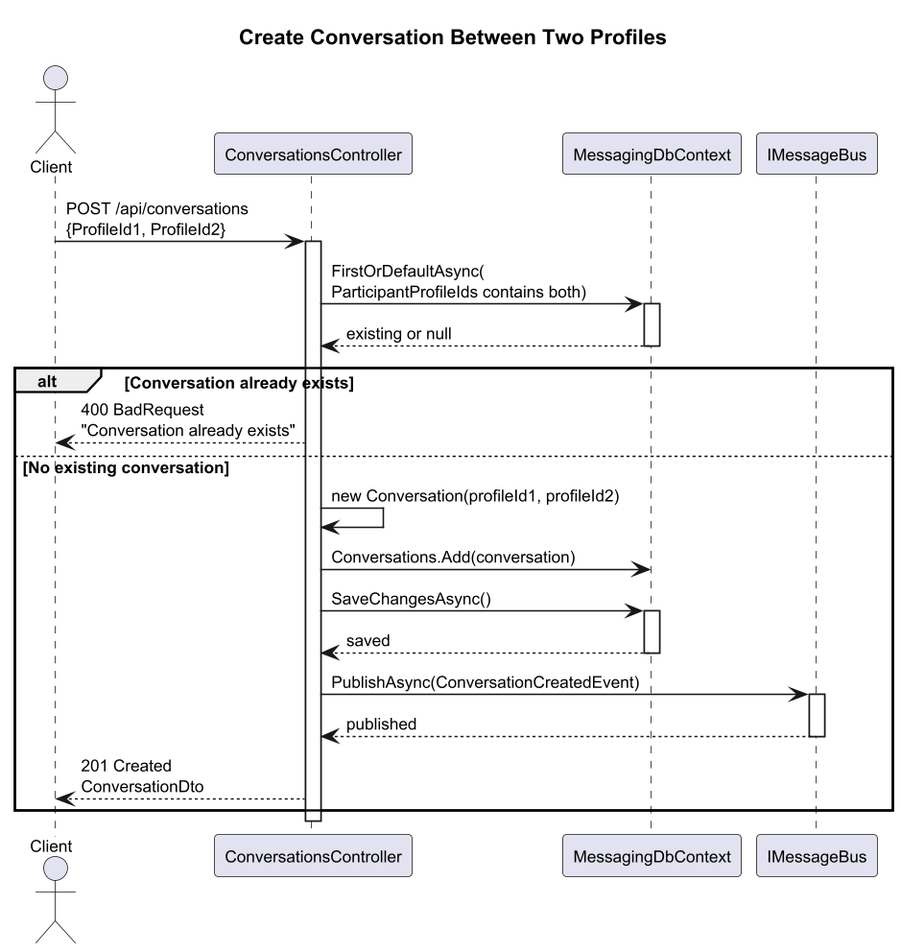
Before: docs/detailed-designs/07-messaging-system/sequence-create-conversation.png, a diagram exported from PlantUML (QuinntyneBrown/Coop). Source of this version:
```plantuml
@startuml sequence-create-conversation
skinparam dpi 150
skinparam defaultFontSize 11
title Create Conversation Between Two Profiles

actor Client
participant "ConversationsController" as Ctrl
participant "MessagingDbContext" as Db
participant "IMessageBus" as Bus

Client -> Ctrl : POST /api/conversations\n{ProfileId1, ProfileId2}
activate Ctrl

Ctrl -> Db : FirstOrDefaultAsync(\nParticipantProfileIds contains both)
activate Db
Db --> Ctrl : existing or null
deactivate Db

alt Conversation already exists
  Ctrl --> Client : 400 BadRequest\n"Conversation already exists"
else No existing conversation
  Ctrl -> Ctrl : new Conversation(profileId1, profileId2)
  Ctrl -> Db : Conversations.Add(conversation)
  Ctrl -> Db : SaveChangesAsync()
  activate Db
  Db --> Ctrl : saved
  deactivate Db

  Ctrl -> Bus : PublishAsync(ConversationCreatedEvent)
  activate Bus
  Bus --> Ctrl : published
  deactivate Bus

  Ctrl --> Client : 201 Created\nConversationDto
end

deactivate Ctrl
@enduml
```
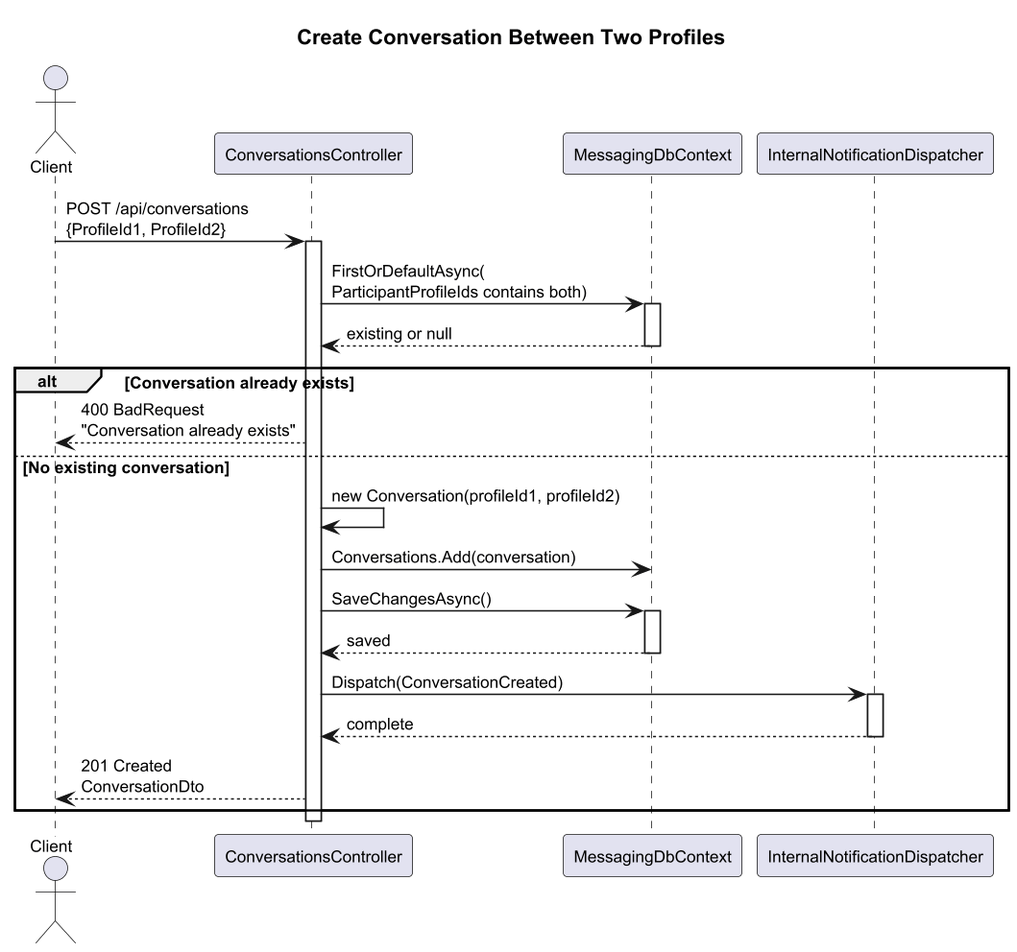
Above is the later version.

The edit, as a diff of the source:
```diff
@@ -6,7 +6,7 @@
 actor Client
 participant "ConversationsController" as Ctrl
 participant "MessagingDbContext" as Db
-participant "IMessageBus" as Bus
+participant "InternalNotificationDispatcher" as Dispatcher
 
 Client -> Ctrl : POST /api/conversations\n{ProfileId1, ProfileId2}
 activate Ctrl
@@ -26,10 +26,10 @@
   Db --> Ctrl : saved
   deactivate Db
 
-  Ctrl -> Bus : PublishAsync(ConversationCreatedEvent)
-  activate Bus
-  Bus --> Ctrl : published
-  deactivate Bus
+  Ctrl -> Dispatcher : Dispatch(ConversationCreated)
+  activate Dispatcher
+  Dispatcher --> Ctrl : complete
+  deactivate Dispatcher
 
   Ctrl --> Client : 201 Created\nConversationDto
 end
```
